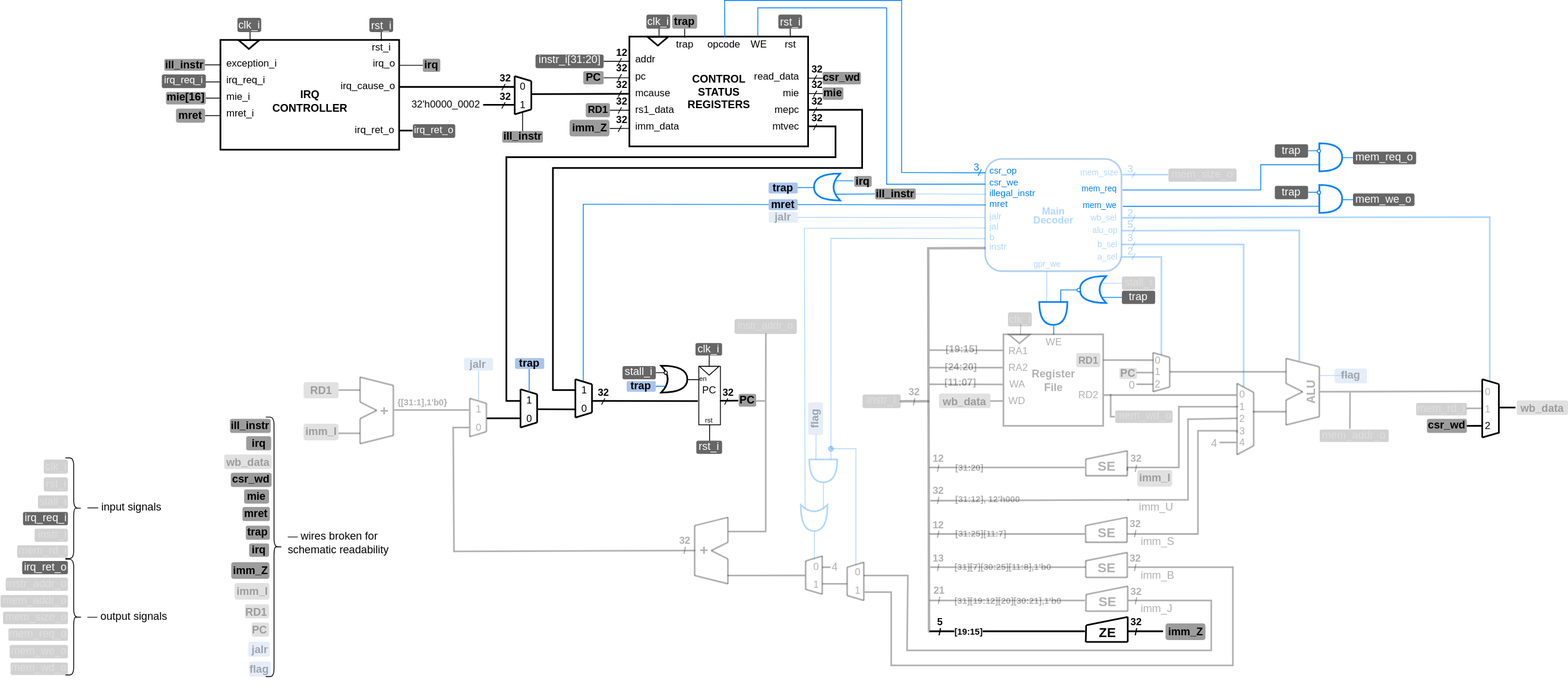
Before: .pic/Labs/lab_11_irq_integration/fig_01.drawio.svg, a diagram exported from draw.io (MPSU/APS). Source tidied: cells renumbered, new cells last; positions are measured from the earlier drawing's top-left corner, leaving out a move shared by most shapes.
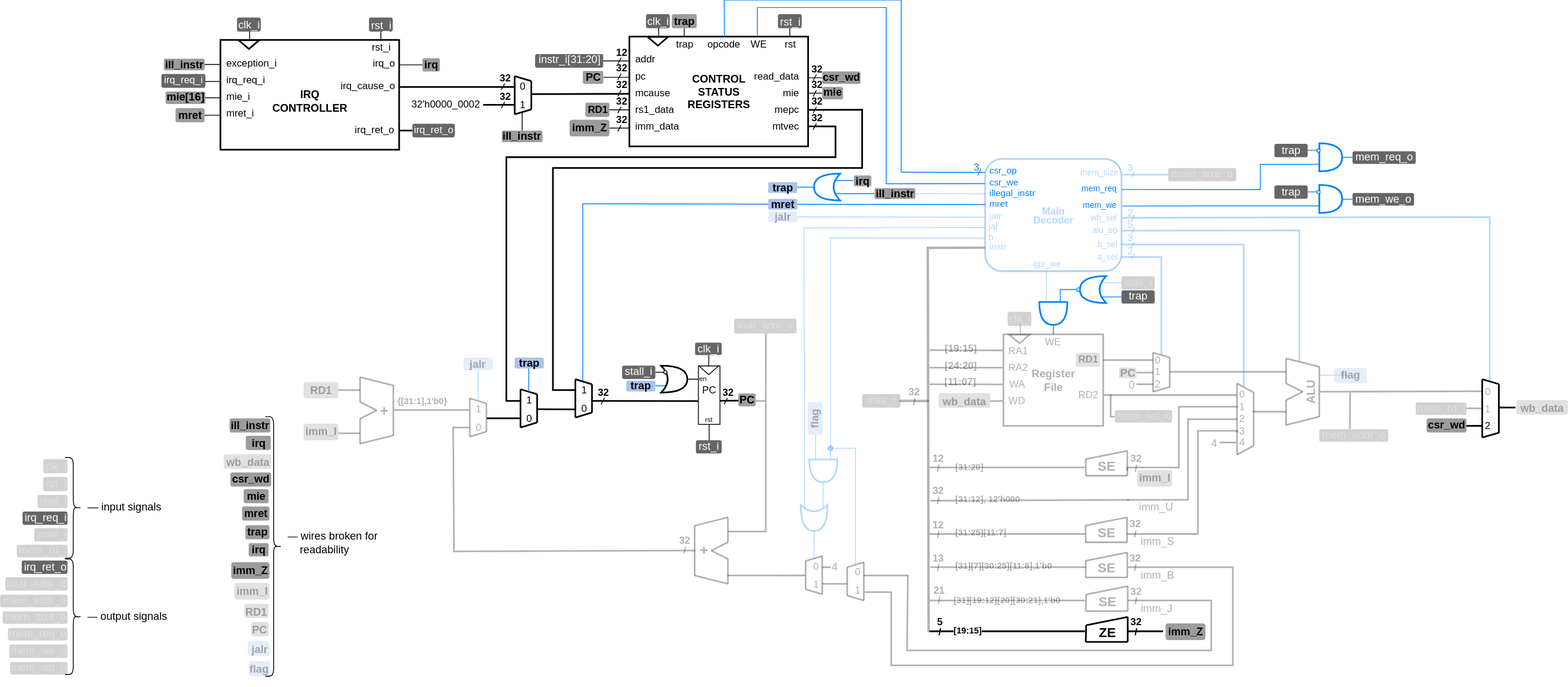
Later version of the same file.

Change to the diagram source:
```diff
@@ -951,7 +951,7 @@
     <mxCell id="196" style="shape=curlyBracket;whiteSpace=wrap;html=1;rounded=1;flipH=1;labelPosition=right;verticalLabelPosition=middle;align=left;verticalAlign=middle;strokeOpacity=100;fillOpacity=100;" parent="1" vertex="1">
       <mxGeometry x="319" y="501" width="20" height="312" as="geometry" />
     </mxCell>
-    <mxCell id="197" value="—&lt;span style=&quot;color: rgb(0, 0, 0); font-family: Helvetica; font-size: 13px; font-style: normal; font-variant-ligatures: normal; font-variant-caps: normal; font-weight: 400; letter-spacing: normal; orphans: 2; text-align: center; text-indent: 0px; text-transform: none; widows: 2; word-spacing: 0px; -webkit-text-stroke-width: 0px; text-decoration-thickness: initial; text-decoration-style: initial; text-decoration-color: initial; float: none; display: inline !important;&quot;&gt; wires broken for schematic readability&lt;/span&gt;" style="text;whiteSpace=wrap;html=1;labelBackgroundColor=none;strokeOpacity=100;fillOpacity=100;" parent="1" vertex="1">
+    <mxCell id="197" value="—&lt;span style=&quot;color: rgb(0, 0, 0); font-family: Helvetica; font-size: 13px; font-style: normal; font-variant-ligatures: normal; font-variant-caps: normal; font-weight: 400; letter-spacing: normal; orphans: 2; text-align: center; text-indent: 0px; text-transform: none; widows: 2; word-spacing: 0px; -webkit-text-stroke-width: 0px; text-decoration-thickness: initial; text-decoration-style: initial; text-decoration-color: initial; float: none; display: inline !important;&quot;&gt; wires broken for&amp;nbsp; &amp;nbsp; &amp;nbsp; &amp;nbsp; &amp;nbsp; &amp;nbsp; &amp;nbsp; &amp;nbsp; &amp;nbsp; &amp;nbsp; readability&lt;/span&gt;" style="text;whiteSpace=wrap;html=1;labelBackgroundColor=none;strokeOpacity=100;fillOpacity=100;" parent="1" vertex="1">
       <mxGeometry x="344" y="630" width="166" height="74" as="geometry" />
     </mxCell>
     <mxCell id="198" value="&lt;font style=&quot;font-size: 13px;&quot;&gt;PC&lt;/font&gt;" style="text;html=1;strokeColor=none;fillColor=#9C9C9C;align=right;verticalAlign=middle;whiteSpace=wrap;rounded=1;fontSize=13;fontColor=#000000;comic=0;jiggle=0.5;fontStyle=1;strokeOpacity=30;fillOpacity=30;textOpacity=30;" parent="1" vertex="1">
```
